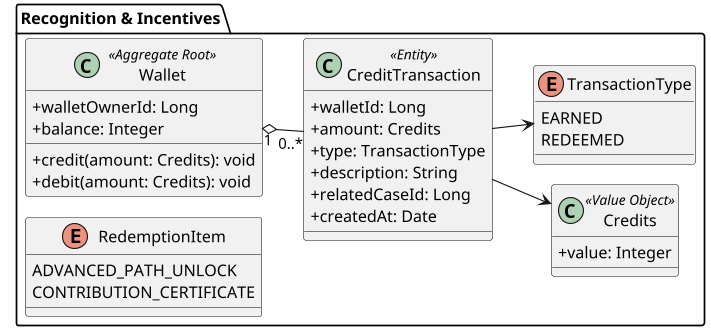
This is images-doc/class-wallet-incentives-mobile.png from Aplicaciones-Dispositivos-Moviles/SkillSwap-ProjectReport, a PlantUML export, as it was before one commit.
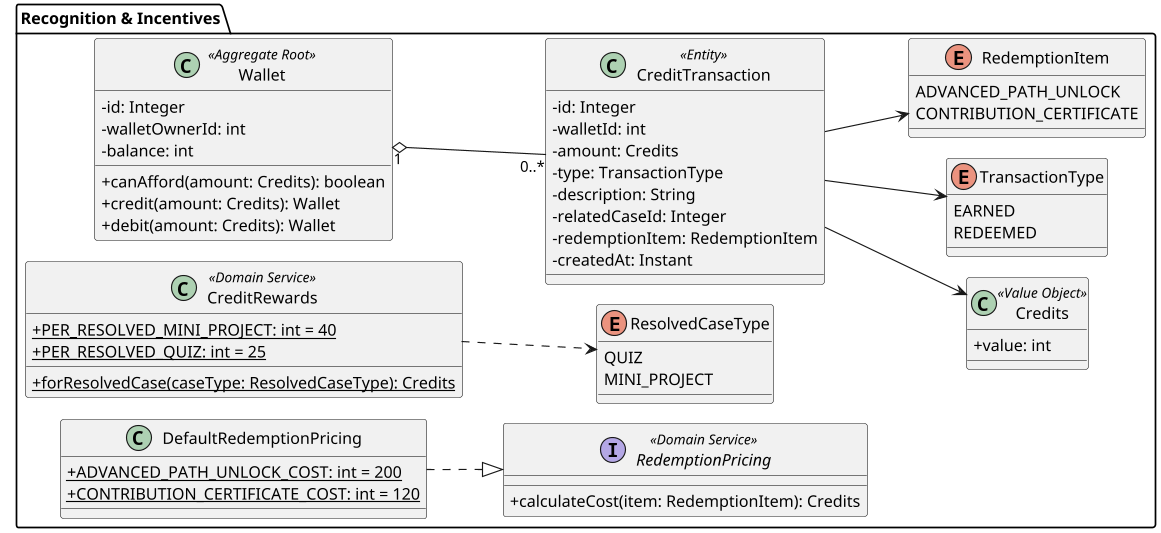
After the commit.

What changed in the source:
```diff
@@ -5,25 +5,30 @@
 skinparam dpi 110
 left to right direction
 
+!startsub BODY
 package "Recognition & Incentives" {
     class Wallet <<Aggregate Root>> {
-        +walletOwnerId: Long
-        +balance: Integer
-        +credit(amount: Credits): void
-        +debit(amount: Credits): void
+        -id: Integer
+        -walletOwnerId: int
+        -balance: int
+        +canAfford(amount: Credits): boolean
+        +credit(amount: Credits): Wallet
+        +debit(amount: Credits): Wallet
     }
 
     class CreditTransaction <<Entity>> {
-        +walletId: Long
-        +amount: Credits
-        +type: TransactionType
-        +description: String
-        +relatedCaseId: Long
-        +createdAt: Date
+        -id: Integer
+        -walletId: int
+        -amount: Credits
+        -type: TransactionType
+        -description: String
+        -relatedCaseId: Integer
+        -redemptionItem: RedemptionItem
+        -createdAt: Instant
     }
 
     class Credits <<Value Object>> {
-        +value: Integer
+        +value: int
     }
 
     enum TransactionType {
@@ -36,8 +41,32 @@
         CONTRIBUTION_CERTIFICATE
     }
 
+    enum ResolvedCaseType {
+        QUIZ
+        MINI_PROJECT
+    }
+
+    class CreditRewards <<Domain Service>> {
+        +{static} PER_RESOLVED_MINI_PROJECT: int = 40
+        +{static} PER_RESOLVED_QUIZ: int = 25
+        +{static} forResolvedCase(caseType: ResolvedCaseType): Credits
+    }
+
+    interface RedemptionPricing <<Domain Service>> {
+        +calculateCost(item: RedemptionItem): Credits
+    }
+
+    class DefaultRedemptionPricing {
+        +{static} ADVANCED_PATH_UNLOCK_COST: int = 200
+        +{static} CONTRIBUTION_CERTIFICATE_COST: int = 120
+    }
+
     Wallet "1" o-- "0..*" CreditTransaction
     CreditTransaction --> Credits
     CreditTransaction --> TransactionType
+    CreditTransaction --> RedemptionItem
+    CreditRewards ..> ResolvedCaseType
+    DefaultRedemptionPricing ..|> RedemptionPricing
 }
+!endsub
 @enduml
```
